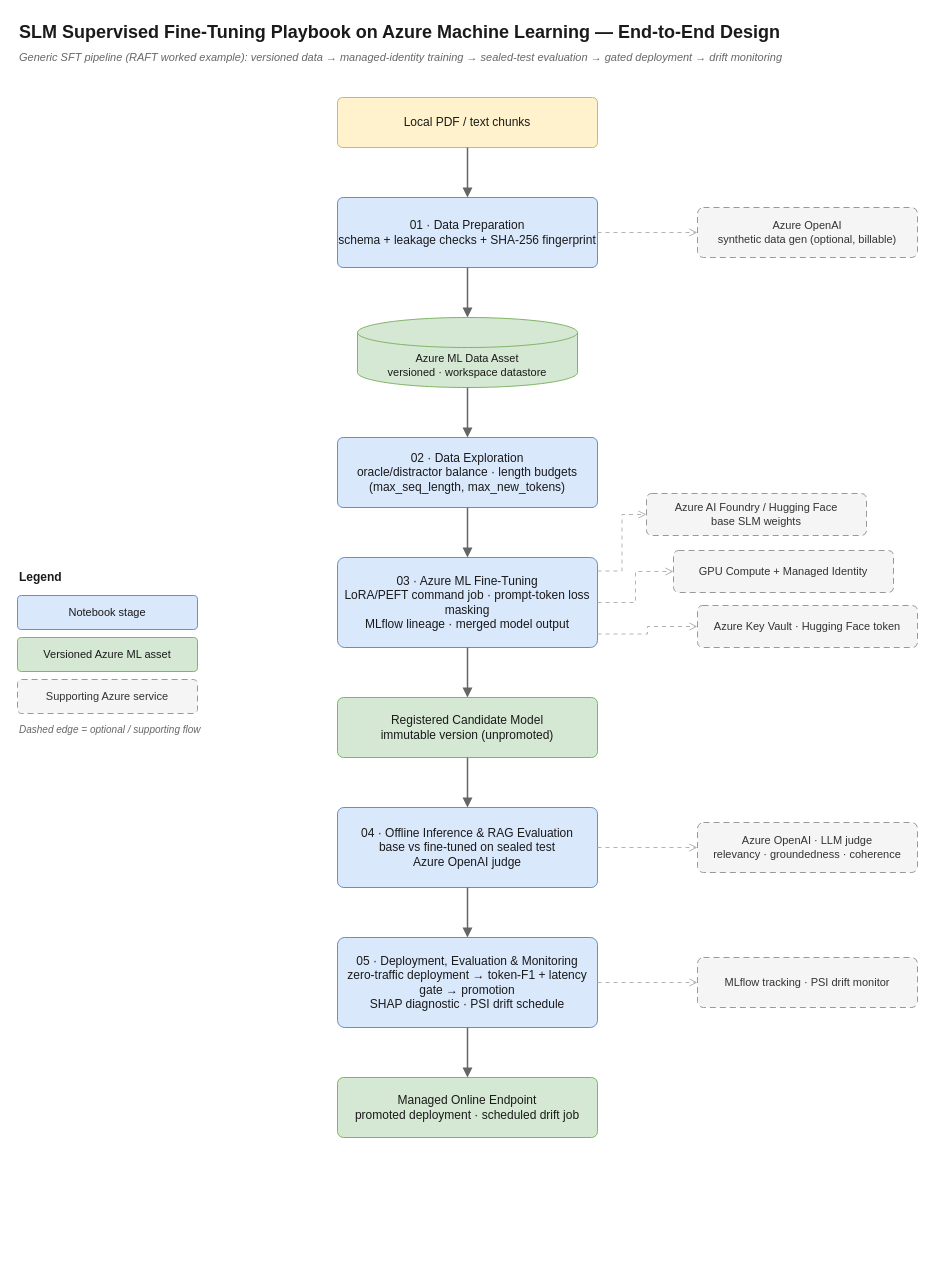
The draw.io diagram docs/architecture.drawio in sriksmachi/raft-finetuning-slm, before the edit. Source tidied: cells renumbered, new cells numbered last; positions are measured from the earlier drawing's top-left corner, leaving out a move shared by most shapes. Both pictures are drawn from the tidied source at 100%, with x=0, y=0 at pixel (17, 17).
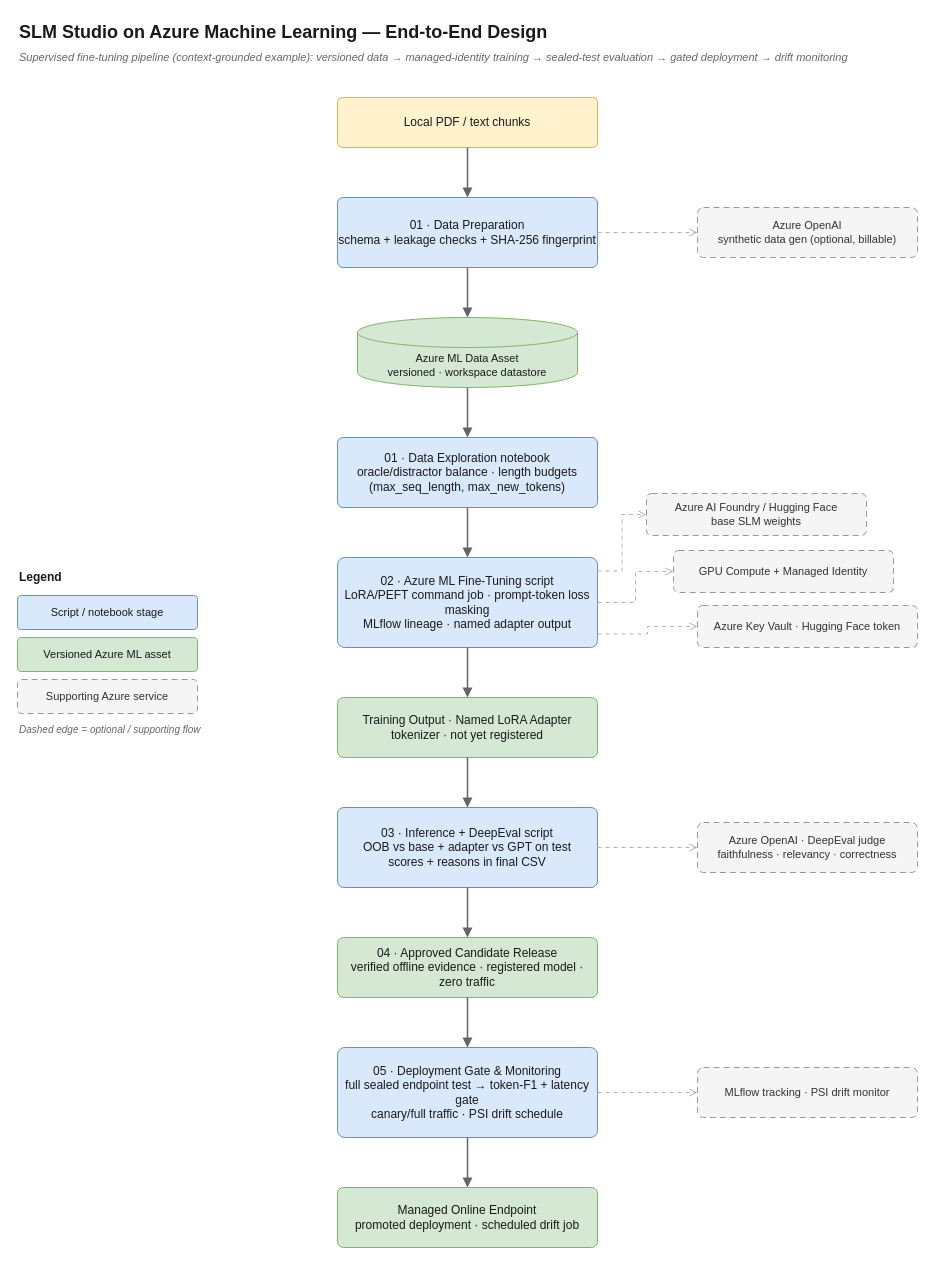
The same diagram, later.

What changed in the source:
```diff
@@
-    <mxCell id="2" value="SLM Supervised Fine-Tuning Playbook on Azure Machine Learning — End-to-End Design" style="text;html=1;align=left;verticalAlign=middle;fontSize=18;fontStyle=1;fontColor=#1A1A1A;" parent="1" vertex="1">
+    <mxCell id="2" value="SLM Studio on Azure Machine Learning — End-to-End Design" style="text;html=1;align=left;verticalAlign=middle;fontSize=18;fontStyle=1;fontColor=#1A1A1A;" parent="1" vertex="1">
       <mxGeometry width="900" height="30" as="geometry" />
     </mxCell>
-    <mxCell id="3" value="Generic SFT pipeline (RAFT worked example): versioned data → managed-identity training → sealed-test evaluation → gated deployment → drift monitoring" style="text;html=1;align=left;verticalAlign=middle;fontSize=11;fontColor=#666666;fontStyle=2;" parent="1" vertex="1">
+    <mxCell id="3" value="Supervised fine-tuning pipeline (context-grounded example): versioned data → managed-identity training → sealed-test evaluation → gated deployment → drift monitoring" style="text;html=1;align=left;verticalAlign=middle;fontSize=11;fontColor=#666666;fontStyle=2;" parent="1" vertex="1">
       <mxGeometry y="30" width="900" height="20" as="geometry" />
     </mxCell>
@@
-    <mxCell id="7" value="02 · Data Exploration&#10;oracle/distractor balance · length budgets (max_seq_length, max_new_tokens)" style="rounded=1;whiteSpace=wrap;html=1;fillColor=#DAE8FC;strokeColor=#6C8EBF;fontColor=#1A1A1A;fontSize=12;arcSize=8;" parent="1" vertex="1">
+    <mxCell id="7" value="01 · Data Exploration notebook&#10;oracle/distractor balance · length budgets (max_seq_length, max_new_tokens)" style="rounded=1;whiteSpace=wrap;html=1;fillColor=#DAE8FC;strokeColor=#6C8EBF;fontColor=#1A1A1A;fontSize=12;arcSize=8;" parent="1" vertex="1">
       <mxGeometry x="320" y="420" width="260" height="70" as="geometry" />
     </mxCell>
-    <mxCell id="8" value="03 · Azure ML Fine-Tuning&#10;LoRA/PEFT command job · prompt-token loss masking&#10;MLflow lineage · merged model output" style="rounded=1;whiteSpace=wrap;html=1;fillColor=#DAE8FC;strokeColor=#6C8EBF;fontColor=#1A1A1A;fontSize=12;arcSize=8;" parent="1" vertex="1">
+    <mxCell id="8" value="02 · Azure ML Fine-Tuning script&#10;LoRA/PEFT command job · prompt-token loss masking&#10;MLflow lineage · named adapter output" style="rounded=1;whiteSpace=wrap;html=1;fillColor=#DAE8FC;strokeColor=#6C8EBF;fontColor=#1A1A1A;fontSize=12;arcSize=8;" parent="1" vertex="1">
       <mxGeometry x="320" y="540" width="260" height="90" as="geometry" />
     </mxCell>
-    <mxCell id="9" value="Registered Candidate Model&#10;immutable version (unpromoted)" style="rounded=1;whiteSpace=wrap;html=1;fillColor=#D5E8D4;strokeColor=#82B366;fontColor=#1A1A1A;fontSize=12;arcSize=10;" parent="1" vertex="1">
+    <mxCell id="9" value="Training Output · Named LoRA Adapter&#10;tokenizer · not yet registered" style="rounded=1;whiteSpace=wrap;html=1;fillColor=#D5E8D4;strokeColor=#82B366;fontColor=#1A1A1A;fontSize=12;arcSize=10;" parent="1" vertex="1">
       <mxGeometry x="320" y="680" width="260" height="60" as="geometry" />
     </mxCell>
-    <mxCell id="10" value="04 · Offline Inference &amp; RAG Evaluation&#10;base vs fine-tuned on sealed test&#10;Azure OpenAI judge" style="rounded=1;whiteSpace=wrap;html=1;fillColor=#DAE8FC;strokeColor=#6C8EBF;fontColor=#1A1A1A;fontSize=12;arcSize=8;" parent="1" vertex="1">
+    <mxCell id="10" value="03 · Inference + DeepEval script&#10;OOB vs base + adapter vs GPT on test&#10;scores + reasons in final CSV" style="rounded=1;whiteSpace=wrap;html=1;fillColor=#DAE8FC;strokeColor=#6C8EBF;fontColor=#1A1A1A;fontSize=12;arcSize=8;" parent="1" vertex="1">
       <mxGeometry x="320" y="790" width="260" height="80" as="geometry" />
     </mxCell>
+    <mxCell id="38" value="04 · Approved Candidate Release&#10;verified offline evidence · registered model · zero traffic" style="rounded=1;whiteSpace=wrap;html=1;fillColor=#D5E8D4;strokeColor=#82B366;fontColor=#1A1A1A;fontSize=12;arcSize=10;" parent="1" vertex="1">
+      <mxGeometry x="320" y="920" width="260" height="60" as="geometry" />
+    </mxCell>
-    <mxCell id="11" value="05 · Deployment, Evaluation &amp; Monitoring&#10;zero-traffic deployment → token-F1 + latency gate → promotion&#10;SHAP diagnostic · PSI drift schedule" style="rounded=1;whiteSpace=wrap;html=1;fillColor=#DAE8FC;strokeColor=#6C8EBF;fontColor=#1A1A1A;fontSize=12;arcSize=8;" parent="1" vertex="1">
-      <mxGeometry x="320" y="920" width="260" height="90" as="geometry" />
+    <mxCell id="11" value="05 · Deployment Gate &amp; Monitoring&#10;full sealed endpoint test → token-F1 + latency gate&#10;canary/full traffic · PSI drift schedule" style="rounded=1;whiteSpace=wrap;html=1;fillColor=#DAE8FC;strokeColor=#6C8EBF;fontColor=#1A1A1A;fontSize=12;arcSize=8;" parent="1" vertex="1">
+      <mxGeometry x="320" y="1030" width="260" height="90" as="geometry" />
     </mxCell>
     <mxCell id="12" value="Managed Online Endpoint&#10;promoted deployment · scheduled drift job" style="rounded=1;whiteSpace=wrap;html=1;fillColor=#D5E8D4;strokeColor=#82B366;fontColor=#1A1A1A;fontSize=12;arcSize=10;" parent="1" vertex="1">
-      <mxGeometry x="320" y="1060" width="260" height="60" as="geometry" />
+      <mxGeometry x="320" y="1170" width="260" height="60" as="geometry" />
     </mxCell>
@@
-    <mxCell id="17" value="Azure OpenAI · LLM judge&#10;relevancy · groundedness · coherence" style="rounded=1;whiteSpace=wrap;html=1;dashed=1;dashPattern=6 4;fillColor=#F5F5F5;strokeColor=#999999;fontColor=#333333;fontSize=11;arcSize=12;" parent="1" vertex="1">
+    <mxCell id="17" value="Azure OpenAI · DeepEval judge&#10;faithfulness · relevancy · correctness" style="rounded=1;whiteSpace=wrap;html=1;dashed=1;dashPattern=6 4;fillColor=#F5F5F5;strokeColor=#999999;fontColor=#333333;fontSize=11;arcSize=12;" parent="1" vertex="1">
       <mxGeometry x="680" y="805" width="220" height="50" as="geometry" />
     </mxCell>
     <mxCell id="18" value="MLflow tracking · PSI drift monitor" style="rounded=1;whiteSpace=wrap;html=1;dashed=1;dashPattern=6 4;fillColor=#F5F5F5;strokeColor=#999999;fontColor=#333333;fontSize=11;arcSize=12;" parent="1" vertex="1">
-      <mxGeometry x="680" y="940" width="220" height="50" as="geometry" />
+      <mxGeometry x="680" y="1050" width="220" height="50" as="geometry" />
     </mxCell>
@@
-    <mxCell id="20" value="Notebook stage" style="rounded=1;whiteSpace=wrap;html=1;fillColor=#DAE8FC;strokeColor=#6C8EBF;fontColor=#1A1A1A;fontSize=11;arcSize=12;" parent="1" vertex="1">
+    <mxCell id="20" value="Script / notebook stage" style="rounded=1;whiteSpace=wrap;html=1;fillColor=#DAE8FC;strokeColor=#6C8EBF;fontColor=#1A1A1A;fontSize=11;arcSize=12;" parent="1" vertex="1">
       <mxGeometry y="578" width="180" height="34" as="geometry" />
     </mxCell>
@@
-    <mxCell id="30" style="edgeStyle=orthogonalEdgeStyle;rounded=0;html=1;endArrow=block;endFill=1;strokeColor=#666666;strokeWidth=1.5;exitX=0.5;exitY=1;entryX=0.5;entryY=0;" parent="1" edge="1" source="10" target="11">
-      <mxGeometry relative="1" as="geometry" />
-    </mxCell>
+    <mxCell id="39" style="edgeStyle=orthogonalEdgeStyle;rounded=0;html=1;endArrow=block;endFill=1;strokeColor=#666666;strokeWidth=1.5;exitX=0.5;exitY=1;entryX=0.5;entryY=0;" parent="1" edge="1" source="10" target="38">
+      <mxGeometry relative="1" as="geometry" />
+    </mxCell>
+    <mxCell id="40" style="edgeStyle=orthogonalEdgeStyle;rounded=0;html=1;endArrow=block;endFill=1;strokeColor=#666666;strokeWidth=1.5;exitX=0.5;exitY=1;entryX=0.5;entryY=0;" parent="1" edge="1" source="38" target="11">
+      <mxGeometry relative="1" as="geometry" />
+    </mxCell>
```
